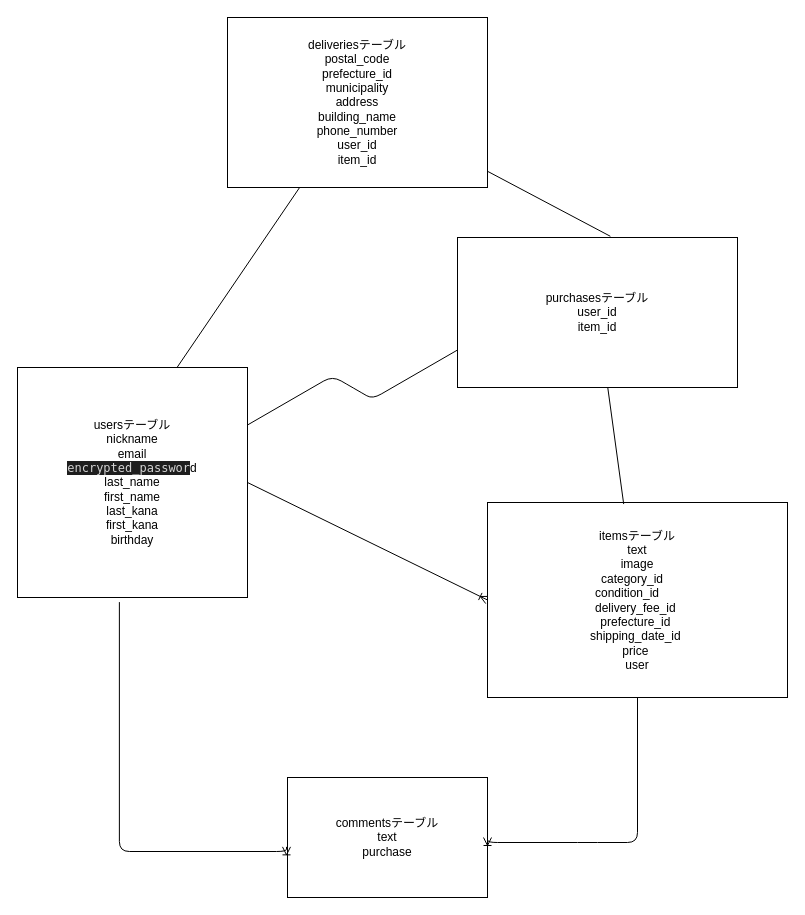
This is furima-31613.dio from ksk-k/furima-31613, a draw.io file, before an edit. Source tidied: cells renumbered, new cells numbered last; positions are measured from the earlier drawing's top-left corner, leaving out a move shared by most shapes. Both pictures are drawn from the tidied source at 100%, with x=0, y=0 at pixel (17, 17).
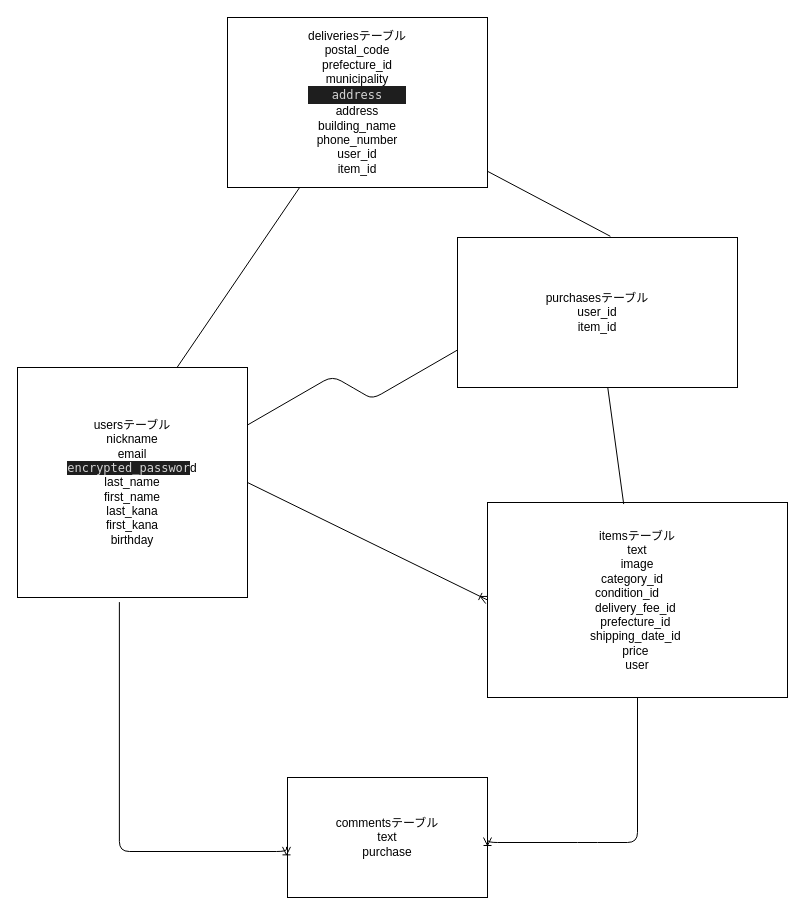
After the change.

Commit message (it also covers changes not shown here):
データベース設計4回目修正

The edit, as a diff of the source:
```diff
@@
 <mxGraphModel>
   <root>
     <mxCell id="0" />
     <mxCell id="1" parent="0" />
     <mxCell id="2" style="edgeStyle=none;rounded=0;jettySize=auto;html=1;exitX=1;exitY=0.5;exitDx=0;exitDy=0;entryX=0;entryY=0.5;entryDx=0;entryDy=0;endArrow=ERoneToMany;endFill=0;strokeWidth=1;" parent="1" edge="1" source="3" target="4">
       <mxGeometry relative="1" as="geometry" />
     </mxCell>
     <mxCell id="3" value="usersテーブル&lt;br&gt;nickname&lt;br&gt;email&lt;br&gt;&lt;span style=&quot;background-color: rgb(30 , 30 , 30) ; color: rgb(212 , 212 , 212) ; font-family: &amp;#34;menlo&amp;#34; , &amp;#34;monaco&amp;#34; , &amp;#34;courier new&amp;#34; , monospace&quot;&gt;encrypted_passwor&lt;/span&gt;d&lt;br&gt;last_name&lt;br&gt;first_name&lt;br&gt;last_kana&lt;br&gt;first_kana&lt;br&gt;birthday" style="whiteSpace=wrap;html=1;" parent="1" vertex="1">
       <mxGeometry y="350" width="230" height="230" as="geometry" />
     </mxCell>
     <mxCell id="4" value="itemsテーブル&lt;br&gt;text&lt;br&gt;image&lt;br&gt;&lt;div&gt;category_id&amp;nbsp; &amp;nbsp;&lt;/div&gt;&lt;div&gt;condition_id&amp;nbsp; &amp;nbsp; &amp;nbsp;&amp;nbsp;&lt;/div&gt;&lt;div&gt;delivery_fee_id&amp;nbsp;&lt;/div&gt;&lt;div&gt;prefecture_id&amp;nbsp;&lt;/div&gt;&lt;div&gt;shipping_date_id&amp;nbsp;&lt;/div&gt;&lt;div&gt;price&amp;nbsp;&lt;/div&gt;&lt;div&gt;user&lt;/div&gt;" style="whiteSpace=wrap;html=1;" parent="1" vertex="1">
       <mxGeometry x="470" y="485" width="300" height="195" as="geometry" />
     </mxCell>
     <mxCell id="5" value="commentsテーブル&lt;br&gt;text&lt;br&gt;purchase" style="whiteSpace=wrap;html=1;" parent="1" vertex="1">
       <mxGeometry x="270" y="760" width="200" height="120" as="geometry" />
     </mxCell>
     <mxCell id="6" style="edgeStyle=segmentEdgeStyle;endArrow=ERoneToMany;html=1;strokeWidth=1;exitX=0.5;exitY=1;exitDx=0;exitDy=0;entryX=1;entryY=0.5;entryDx=0;entryDy=0;endFill=0;" parent="1" edge="1" source="4" target="5">
       <mxGeometry relative="1" as="geometry">
         <Array as="points">
           <mxPoint x="570" y="825" />
           <mxPoint x="480" y="825" />
         </Array>
       </mxGeometry>
     </mxCell>
     <mxCell id="7" style="edgeStyle=elbowEdgeStyle;elbow=vertical;endArrow=ERoneToMany;html=1;strokeWidth=1;entryX=-0.005;entryY=0.578;entryDx=0;entryDy=0;entryPerimeter=0;exitX=0.443;exitY=1.02;exitDx=0;exitDy=0;exitPerimeter=0;endFill=0;" parent="1" edge="1" source="3" target="5">
       <mxGeometry relative="1" as="geometry">
         <Array as="points">
           <mxPoint x="220" y="834" />
         </Array>
       </mxGeometry>
     </mxCell>
     <mxCell id="8" style="edgeStyle=none;rounded=0;jettySize=auto;html=1;entryX=0.454;entryY=0.008;entryDx=0;entryDy=0;entryPerimeter=0;endArrow=none;endFill=0;strokeWidth=1;" parent="1" edge="1" source="9" target="4">
       <mxGeometry relative="1" as="geometry" />
     </mxCell>
     <mxCell id="9" value="purchasesテーブル&lt;br&gt;user_id&lt;br&gt;item_id" style="rounded=0;whiteSpace=wrap;html=1;" parent="1" vertex="1">
       <mxGeometry x="440" y="220" width="280" height="150" as="geometry" />
     </mxCell>
     <mxCell id="10" style="edgeStyle=isometricEdgeStyle;endArrow=none;html=1;strokeWidth=1;exitX=1;exitY=0.25;exitDx=0;exitDy=0;entryX=0;entryY=0.75;entryDx=0;entryDy=0;" parent="1" edge="1" source="3" target="9">
       <mxGeometry relative="1" as="geometry" />
     </mxCell>
     <mxCell id="11" style="edgeStyle=none;rounded=0;jettySize=auto;html=1;entryX=0.546;entryY=-0.008;entryDx=0;entryDy=0;entryPerimeter=0;endArrow=none;endFill=0;strokeWidth=1;" parent="1" edge="1" source="13" target="9">
       <mxGeometry relative="1" as="geometry" />
     </mxCell>
     <mxCell id="12" style="edgeStyle=none;rounded=0;jettySize=auto;html=1;entryX=0.695;entryY=-0.002;entryDx=0;entryDy=0;entryPerimeter=0;endArrow=none;endFill=0;strokeWidth=1;" parent="1" edge="1" source="13" target="3">
       <mxGeometry relative="1" as="geometry" />
     </mxCell>
-    <mxCell id="13" value="&lt;span&gt;deliveriesテーブル&lt;br&gt;postal_code&lt;/span&gt;&lt;br&gt;&lt;span&gt;prefecture_id&lt;/span&gt;&lt;br&gt;&lt;span&gt;municipality&lt;/span&gt;&lt;br&gt;&lt;span&gt;address&lt;/span&gt;&lt;br&gt;&lt;span&gt;building_name&lt;/span&gt;&lt;br&gt;&lt;span&gt;phone_number&lt;br&gt;user_id&lt;br&gt;item_id&lt;br&gt;&lt;/span&gt;" style="rounded=0;whiteSpace=wrap;html=1;" parent="1" vertex="1">
+    <mxCell id="13" value="&lt;span&gt;deliveriesテーブル&lt;br&gt;postal_code&lt;/span&gt;&lt;br&gt;&lt;span&gt;prefecture_id&lt;/span&gt;&lt;br&gt;&lt;span&gt;municipality&lt;br&gt;&lt;/span&gt;&lt;div style=&quot;color: rgb(212 , 212 , 212) ; background-color: rgb(30 , 30 , 30) ; font-family: &amp;#34;menlo&amp;#34; , &amp;#34;monaco&amp;#34; , &amp;#34;courier new&amp;#34; , monospace ; line-height: 18px&quot;&gt;address&lt;/div&gt;&lt;span&gt;address&lt;/span&gt;&lt;br&gt;&lt;span&gt;building_name&lt;/span&gt;&lt;br&gt;&lt;span&gt;phone_number&lt;br&gt;user_id&lt;br&gt;item_id&lt;br&gt;&lt;/span&gt;" style="rounded=0;whiteSpace=wrap;html=1;" parent="1" vertex="1">
       <mxGeometry x="210" width="260" height="170" as="geometry" />
     </mxCell>
   </root>
 </mxGraphModel>
```
